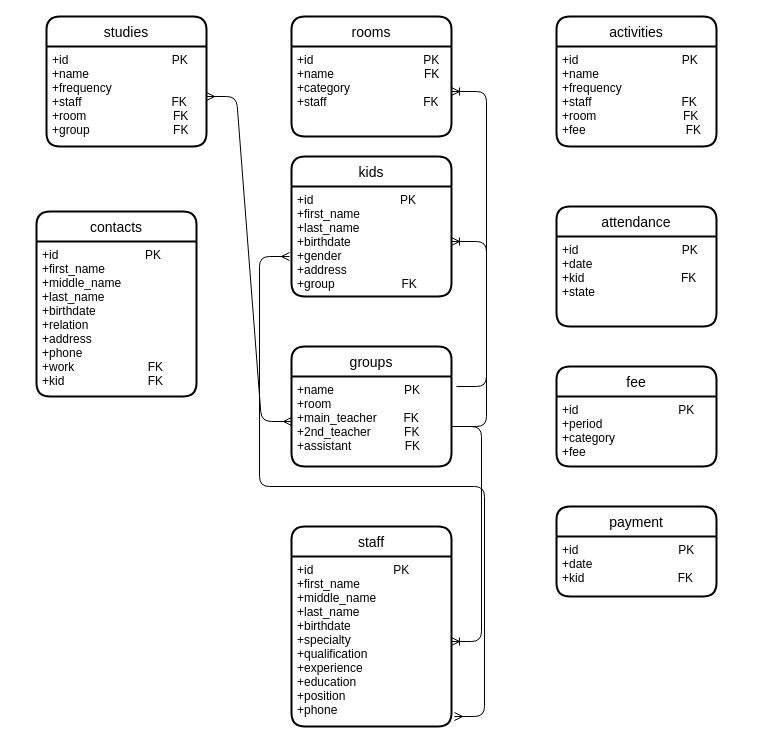
Earlier version of the draw.io diagram Kindergarten.drawio (Emma664/World-population). Source tidied: cells renumbered, new cells numbered last; positions are measured from the earlier drawing's top-left corner, leaving out a move shared by most shapes. Both pictures are drawn from the tidied source at 100%, with x=0, y=0 at pixel (36, 16).
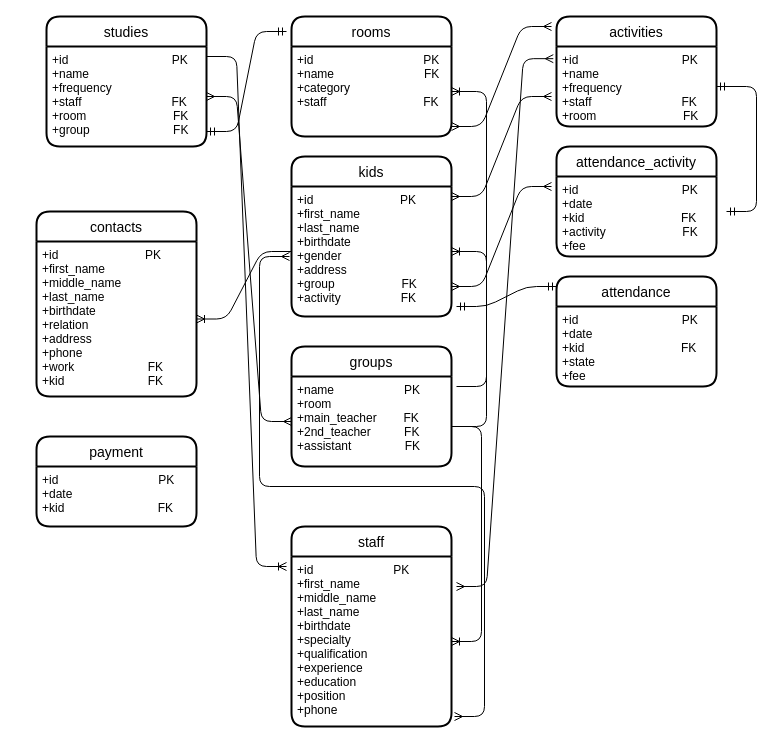
The same diagram, later.

Unchanged cells that the change refers to:
```xml
<mxCell id="5" value="+id                               PK&#10;+name&#10;+frequency&#10;+staff                           FK&#10;+room                          FK&#10;+group                         FK" style="align=left;strokeColor=none;fillColor=none;spacingLeft=4;fontSize=12;verticalAlign=top;" parent="4" vertex="1">
  <mxGeometry y="30" width="160" height="100" as="geometry" />
</mxCell>
<mxCell id="13" value="+id                          PK&#10;+first_name&#10;+middle_name&#10;+last_name&#10;+birthdate&#10;+relation&#10;+address&#10;+phone&#10;+work                      FK&#10;+kid                         FK" style="align=left;strokeColor=none;fillColor=none;spacingLeft=4;fontSize=12;verticalAlign=top;" parent="12" vertex="1">
  <mxGeometry y="30" width="160" height="155" as="geometry" />
</mxCell>
<mxCell id="21" value="groups" style="swimlane;horizontal=1;startSize=30;rounded=1;fontSize=14;fontStyle=0;strokeWidth=2;shadow=0;dashed=0;align=center;" parent="1" vertex="1">
  <mxGeometry x="255" y="330" width="160" height="120" as="geometry" />
</mxCell>
```

Change to the diagram source:
```diff
@@
     <mxCell id="2" value="activities" style="swimlane;horizontal=1;startSize=30;rounded=1;fontSize=14;fontStyle=0;strokeWidth=2;shadow=0;dashed=0;align=center;" parent="1" vertex="1">
-      <mxGeometry x="520" width="160" height="130" as="geometry" />
+      <mxGeometry x="520" width="160" height="110" as="geometry" />
     </mxCell>
-    <mxCell id="3" value="+id                               PK&#10;+name&#10;+frequency&#10;+staff                           FK&#10;+room                          FK&#10;+fee                              FK" style="align=left;strokeColor=none;fillColor=none;spacingLeft=4;fontSize=12;verticalAlign=top;" parent="2" vertex="1">
-      <mxGeometry y="30" width="160" height="100" as="geometry" />
+    <mxCell id="3" value="+id                               PK&#10;+name&#10;+frequency&#10;+staff                           FK&#10;+room                          FK" style="align=left;strokeColor=none;fillColor=none;spacingLeft=4;fontSize=12;verticalAlign=top;" parent="2" vertex="1">
+      <mxGeometry y="30" width="160" height="80" as="geometry" />
     </mxCell>
@@
-    <mxCell id="8" value="attendance" style="swimlane;horizontal=1;startSize=30;rounded=1;fontSize=14;fontStyle=0;strokeWidth=2;shadow=0;dashed=0;align=center;" parent="1" vertex="1">
-      <mxGeometry x="520" y="190" width="160" height="120" as="geometry" />
-    </mxCell>
-    <mxCell id="9" value="+id                               PK&#10;+date&#10;+kid                             FK&#10;+state&#10;" style="align=left;strokeColor=none;fillColor=none;spacingLeft=4;fontSize=12;verticalAlign=top;" parent="8" vertex="1">
-      <mxGeometry y="30" width="160" height="90" as="geometry" />
-    </mxCell>
-    <mxCell id="10" value="fee" style="swimlane;horizontal=1;startSize=30;rounded=1;fontSize=14;fontStyle=0;strokeWidth=2;shadow=0;dashed=0;align=center;" parent="1" vertex="1">
-      <mxGeometry x="520" y="350" width="160" height="100" as="geometry" />
-    </mxCell>
-    <mxCell id="11" value="+id                              PK&#10;+period&#10;+category                  &#10;+fee" style="align=left;strokeColor=none;fillColor=none;spacingLeft=4;fontSize=12;verticalAlign=top;" parent="10" vertex="1">
-      <mxGeometry y="30" width="160" height="70" as="geometry" />
-    </mxCell>
@@
-    <mxCell id="17" value="payment" style="swimlane;horizontal=1;startSize=30;rounded=1;fontSize=14;fontStyle=0;strokeWidth=2;shadow=0;dashed=0;align=center;" parent="1" vertex="1">
-      <mxGeometry x="520" y="490" width="160" height="90" as="geometry" />
-    </mxCell>
-    <mxCell id="18" value="+id                              PK&#10;+date&#10;+kid                            FK&#10;" style="align=left;strokeColor=none;fillColor=none;spacingLeft=4;fontSize=12;verticalAlign=top;" parent="17" vertex="1">
-      <mxGeometry y="30" width="160" height="60" as="geometry" />
-    </mxCell>
-    <mxCell id="19" value="kids" style="swimlane;horizontal=1;startSize=30;rounded=1;fontSize=14;fontStyle=0;strokeWidth=2;shadow=0;dashed=0;align=center;" parent="1" vertex="1">
-      <mxGeometry x="255" y="140" width="160" height="140" as="geometry" />
-    </mxCell>
-    <mxCell id="20" value="+id                          PK&#10;+first_name&#10;+last_name&#10;+birthdate&#10;+gender&#10;+address&#10;+group                    FK&#10;" style="align=left;strokeColor=none;fillColor=none;spacingLeft=4;fontSize=12;verticalAlign=top;" parent="19" vertex="1">
-      <mxGeometry y="30" width="160" height="110" as="geometry" />
-    </mxCell>
@@
-    <mxCell id="26" style="edgeStyle=entityRelationEdgeStyle;fontSize=12;html=1;endArrow=ERmany;startArrow=ERmany;exitX=0;exitY=0.5;exitDx=0;exitDy=0;strokeColor=none;" parent="1" edge="1" source="21">
-      <mxGeometry relative="1" as="geometry">
-        <mxPoint x="10" y="50" as="targetPoint" />
-      </mxGeometry>
-    </mxCell>
@@
+    <mxCell id="28" style="edgeStyle=entityRelationEdgeStyle;fontSize=12;html=1;endArrow=ERmany;startArrow=ERmany;" parent="1" edge="1">
+      <mxGeometry relative="1" as="geometry">
+        <mxPoint x="415" y="180" as="sourcePoint" />
+        <mxPoint x="515" y="80" as="targetPoint" />
+      </mxGeometry>
+    </mxCell>
+    <mxCell id="29" style="edgeStyle=entityRelationEdgeStyle;fontSize=12;html=1;endArrow=ERmandOne;startArrow=ERmandOne;" parent="1" edge="1">
+      <mxGeometry relative="1" as="geometry">
+        <mxPoint x="420" y="290" as="sourcePoint" />
+        <mxPoint x="520" y="270" as="targetPoint" />
+      </mxGeometry>
+    </mxCell>
+    <mxCell id="30" style="edgeStyle=entityRelationEdgeStyle;fontSize=12;html=1;endArrow=ERoneToMany;" parent="1" edge="1" source="20" target="13">
+      <mxGeometry relative="1" as="geometry" />
+    </mxCell>
+    <mxCell id="17" value="payment" style="swimlane;horizontal=1;startSize=30;rounded=1;fontSize=14;fontStyle=0;strokeWidth=2;shadow=0;dashed=0;align=center;" parent="1" vertex="1">
+      <mxGeometry y="420" width="160" height="90" as="geometry" />
+    </mxCell>
+    <mxCell id="18" value="+id                              PK&#10;+date&#10;+kid                            FK&#10;" style="align=left;strokeColor=none;fillColor=none;spacingLeft=4;fontSize=12;verticalAlign=top;" parent="17" vertex="1">
+      <mxGeometry y="30" width="160" height="60" as="geometry" />
+    </mxCell>
+    <mxCell id="31" style="edgeStyle=entityRelationEdgeStyle;fontSize=12;html=1;endArrow=ERmany;startArrow=ERmany;" parent="1" edge="1">
+      <mxGeometry relative="1" as="geometry">
+        <mxPoint x="415" y="110" as="sourcePoint" />
+        <mxPoint x="515" y="10" as="targetPoint" />
+      </mxGeometry>
+    </mxCell>
+    <mxCell id="8" value="attendance" style="swimlane;horizontal=1;startSize=30;rounded=1;fontSize=14;fontStyle=0;strokeWidth=2;shadow=0;dashed=0;align=center;" parent="1" vertex="1">
+      <mxGeometry x="520" y="260" width="160" height="110" as="geometry" />
+    </mxCell>
+    <mxCell id="9" value="+id                               PK&#10;+date&#10;+kid                             FK&#10;+state&#10;+fee" style="align=left;strokeColor=none;fillColor=none;spacingLeft=4;fontSize=12;verticalAlign=top;" parent="8" vertex="1">
+      <mxGeometry y="30" width="160" height="80" as="geometry" />
+    </mxCell>
+    <mxCell id="32" style="edgeStyle=entityRelationEdgeStyle;fontSize=12;html=1;endArrow=ERmany;startArrow=ERmany;" parent="1" edge="1">
+      <mxGeometry relative="1" as="geometry">
+        <mxPoint x="415" y="270" as="sourcePoint" />
+        <mxPoint x="515" y="170" as="targetPoint" />
+      </mxGeometry>
+    </mxCell>
+    <mxCell id="33" style="edgeStyle=entityRelationEdgeStyle;fontSize=12;html=1;endArrow=ERmandOne;startArrow=ERmandOne;" parent="1" edge="1" target="3">
+      <mxGeometry relative="1" as="geometry">
+        <mxPoint x="690" y="195" as="sourcePoint" />
+      </mxGeometry>
+    </mxCell>
+    <mxCell id="34" value="attendance_activity" style="swimlane;horizontal=1;startSize=30;rounded=1;fontSize=14;fontStyle=0;strokeWidth=2;shadow=0;dashed=0;align=center;" parent="1" vertex="1">
+      <mxGeometry x="520" y="130" width="160" height="110" as="geometry" />
+    </mxCell>
+    <mxCell id="35" value="+id                               PK&#10;+date&#10;+kid                             FK&#10;+activity                       FK&#10;+fee" style="align=left;strokeColor=none;fillColor=none;spacingLeft=4;fontSize=12;verticalAlign=top;" parent="34" vertex="1">
+      <mxGeometry y="30" width="160" height="80" as="geometry" />
+    </mxCell>
+    <mxCell id="36" style="edgeStyle=entityRelationEdgeStyle;fontSize=12;html=1;endArrow=ERmany;startArrow=ERmany;entryX=-0.02;entryY=0.152;entryDx=0;entryDy=0;entryPerimeter=0;" parent="1" edge="1" target="3">
+      <mxGeometry relative="1" as="geometry">
+        <mxPoint x="420" y="570" as="sourcePoint" />
+      </mxGeometry>
+    </mxCell>
+    <mxCell id="37" style="edgeStyle=entityRelationEdgeStyle;fontSize=12;html=1;endArrow=ERmandOne;startArrow=ERmandOne;" parent="1" edge="1">
+      <mxGeometry relative="1" as="geometry">
+        <mxPoint x="170" y="115" as="sourcePoint" />
+        <mxPoint x="250" y="15" as="targetPoint" />
+      </mxGeometry>
+    </mxCell>
+    <mxCell id="38" style="edgeStyle=entityRelationEdgeStyle;fontSize=12;html=1;endArrow=ERoneToMany;exitX=1;exitY=0.1;exitDx=0;exitDy=0;exitPerimeter=0;" parent="1" edge="1" source="5">
+      <mxGeometry relative="1" as="geometry">
+        <mxPoint x="250" y="550" as="targetPoint" />
+      </mxGeometry>
+    </mxCell>
+    <mxCell id="19" value="kids" style="swimlane;horizontal=1;startSize=30;rounded=1;fontSize=14;fontStyle=0;strokeWidth=2;shadow=0;dashed=0;align=center;" parent="1" vertex="1">
+      <mxGeometry x="255" y="140" width="160" height="160" as="geometry" />
+    </mxCell>
+    <mxCell id="20" value="+id                          PK&#10;+first_name&#10;+last_name&#10;+birthdate&#10;+gender&#10;+address&#10;+group                    FK&#10;+activity                  FK" style="align=left;strokeColor=none;fillColor=none;spacingLeft=4;fontSize=12;verticalAlign=top;" parent="19" vertex="1">
+      <mxGeometry y="30" width="160" height="130" as="geometry" />
+    </mxCell>
```
